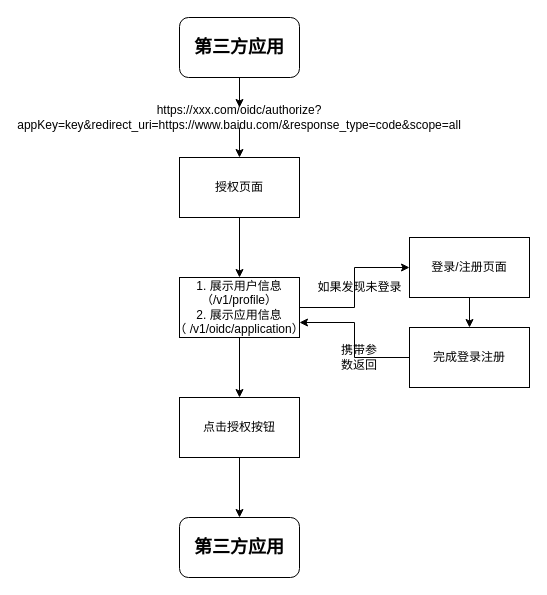
Before: 未命名绘图.drawio in fight2048/fight, a draw.io diagram. Source tidied: cells renumbered, new cells numbered last; positions are measured from the earlier drawing's top-left corner, leaving out a move shared by most shapes. Both pictures are drawn from the tidied source at 100%, with x=0, y=0 at pixel (179, 17).
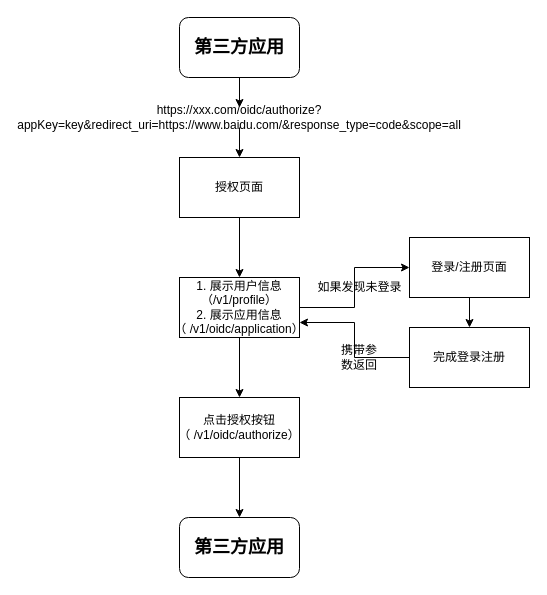
The same page after the edit.

Commit message:
更新未命名绘图.drawio

The edit, as a diff of the source:
```diff
@@
 <mxGraphModel>
   <root>
     <mxCell id="0" />
     <mxCell id="1" parent="0" />
     <mxCell id="2" style="edgeStyle=orthogonalEdgeStyle;rounded=0;jettySize=auto;html=1;" parent="1" edge="1" source="3" target="6">
       <mxGeometry relative="1" as="geometry" />
     </mxCell>
     <mxCell id="3" value="授权页面" style="rounded=0;whiteSpace=wrap;html=1;" parent="1" vertex="1">
       <mxGeometry y="140" width="120" height="60" as="geometry" />
     </mxCell>
     <mxCell id="4" style="edgeStyle=orthogonalEdgeStyle;rounded=0;jettySize=auto;html=1;" parent="1" edge="1" source="6" target="10">
       <mxGeometry relative="1" as="geometry" />
     </mxCell>
     <mxCell id="5" style="edgeStyle=orthogonalEdgeStyle;rounded=0;jettySize=auto;html=1;" parent="1" edge="1" source="6" target="13">
       <mxGeometry relative="1" as="geometry" />
     </mxCell>
     <mxCell id="6" value="1. 展示用户信息（/v1/profile）&lt;br&gt;2. 展示应用信息（&amp;nbsp;/v1/oidc/application）" style="rounded=0;whiteSpace=wrap;html=1;" parent="1" vertex="1">
       <mxGeometry y="260" width="120" height="60" as="geometry" />
     </mxCell>
     <mxCell id="7" style="edgeStyle=orthogonalEdgeStyle;rounded=0;jettySize=auto;html=1;" parent="1" edge="1" source="18" target="3">
       <mxGeometry relative="1" as="geometry" />
     </mxCell>
     <mxCell id="8" value="&lt;b&gt;&lt;font style=&quot;font-size: 18px&quot;&gt;第三方应用&lt;/font&gt;&lt;/b&gt;" style="rounded=1;whiteSpace=wrap;html=1;" parent="1" vertex="1">
       <mxGeometry width="120" height="60" as="geometry" />
     </mxCell>
     <mxCell id="9" style="edgeStyle=orthogonalEdgeStyle;rounded=0;jettySize=auto;html=1;" parent="1" edge="1" source="10" target="11">
       <mxGeometry relative="1" as="geometry" />
     </mxCell>
-    <mxCell id="10" value="点击授权按钮" style="rounded=0;whiteSpace=wrap;html=1;" parent="1" vertex="1">
+    <mxCell id="10" value="点击授权按钮（&amp;nbsp;/v1/oidc/authorize）" style="rounded=0;whiteSpace=wrap;html=1;" parent="1" vertex="1">
       <mxGeometry y="380" width="120" height="60" as="geometry" />
     </mxCell>
     <mxCell id="11" value="&lt;b&gt;&lt;font style=&quot;font-size: 18px&quot;&gt;第三方应用&lt;/font&gt;&lt;/b&gt;" style="rounded=1;whiteSpace=wrap;html=1;" parent="1" vertex="1">
       <mxGeometry y="500" width="120" height="60" as="geometry" />
     </mxCell>
     <mxCell id="12" style="edgeStyle=orthogonalEdgeStyle;rounded=0;jettySize=auto;html=1;" parent="1" edge="1" source="13" target="16">
       <mxGeometry relative="1" as="geometry" />
     </mxCell>
     <mxCell id="13" value="登录/注册页面" style="rounded=0;whiteSpace=wrap;html=1;" parent="1" vertex="1">
       <mxGeometry x="230" y="220" width="120" height="60" as="geometry" />
     </mxCell>
     <mxCell id="14" value="如果发现未登录" style="text;html=1;align=center;verticalAlign=middle;" parent="1" vertex="1">
       <mxGeometry x="130" y="260" width="100" height="20" as="geometry" />
     </mxCell>
     <mxCell id="15" style="edgeStyle=orthogonalEdgeStyle;rounded=0;jettySize=auto;html=1;entryX=1;entryY=0.75;entryDx=0;entryDy=0;" parent="1" edge="1" source="16" target="6">
       <mxGeometry relative="1" as="geometry" />
     </mxCell>
     <mxCell id="16" value="完成登录注册" style="whiteSpace=wrap;html=1;rounded=0;" parent="1" vertex="1">
       <mxGeometry x="230" y="310" width="120" height="60" as="geometry" />
     </mxCell>
     <mxCell id="17" value="携带参数返回" style="text;html=1;strokeColor=none;fillColor=none;align=center;verticalAlign=middle;whiteSpace=wrap;rounded=0;" parent="1" vertex="1">
       <mxGeometry x="160" y="330" width="40" height="20" as="geometry" />
     </mxCell>
     <mxCell id="18" value="https://xxx.com/oidc/authorize?appKey=key&amp;amp;redirect_uri=https://www.baidu.com/&amp;amp;response_type=code&amp;amp;scope=all" style="text;html=1;strokeColor=none;fillColor=none;align=center;verticalAlign=middle;whiteSpace=wrap;rounded=0;" parent="1" vertex="1">
       <mxGeometry x="40" y="90" width="40" height="20" as="geometry" />
     </mxCell>
     <mxCell id="19" style="edgeStyle=orthogonalEdgeStyle;rounded=0;jettySize=auto;html=1;" parent="1" edge="1" source="8" target="18">
       <mxGeometry relative="1" as="geometry" />
     </mxCell>
   </root>
 </mxGraphModel>
```
